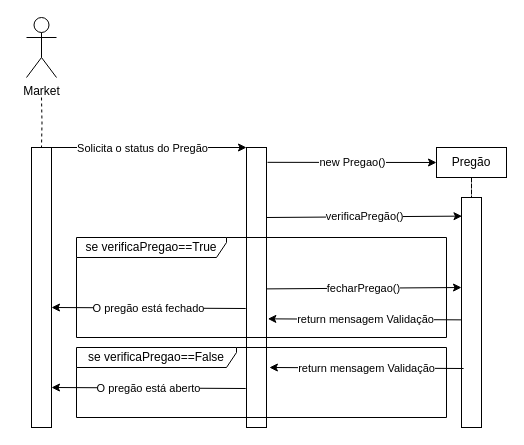
Before: DealBroker/DiagramasDeSequencia/UC005/Diagrama.drawio in unifgabsantos/StockFEI, a draw.io diagram. Source tidied: cells renumbered, new cells numbered last; positions are measured from the earlier drawing's top-left corner, leaving out a move shared by most shapes. Both pictures are drawn from the tidied source at 100%, with x=0, y=0 at pixel (26, 17).
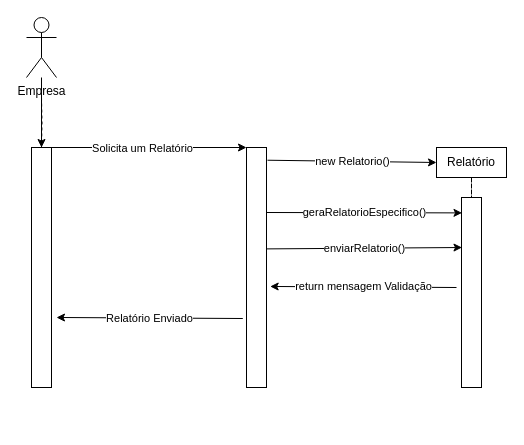
The same page after the edit.

Unchanged cells that the change refers to:
```xml
<mxCell id="4" style="edgeStyle=orthogonalEdgeStyle;rounded=0;jettySize=auto;html=1;exitX=1;exitY=0;exitDx=0;exitDy=0;entryX=0;entryY=0;entryDx=0;entryDy=0;endArrow=classic;endFill=1;" parent="1" edge="1" source="6" target="7">
  <mxGeometry relative="1" as="geometry">
    <Array as="points">
      <mxPoint x="120" y="130" />
      <mxPoint x="120" y="130" />
    </Array>
  </mxGeometry>
</mxCell>
```

Change to the diagram source:
```diff
@@
+    <mxCell id="20" style="edgeStyle=orthogonalEdgeStyle;rounded=0;jettySize=auto;html=1;" parent="1" edge="1" source="3" target="6">
+      <mxGeometry relative="1" as="geometry" />
+    </mxCell>
-    <mxCell id="3" value="Market" style="shape=umlActor;verticalLabelPosition=bottom;verticalAlign=top;html=1;outlineConnect=0;" parent="1" vertex="1">
+    <mxCell id="3" value="Empresa" style="shape=umlActor;verticalLabelPosition=bottom;verticalAlign=top;html=1;outlineConnect=0;" parent="1" vertex="1">
       <mxGeometry width="30" height="60" as="geometry" />
     </mxCell>
@@
-    <mxCell id="5" value="Solicita o status do Pregão" style="edgeLabel;html=1;align=center;verticalAlign=middle;" parent="4" vertex="1">
+    <mxCell id="5" value="Solicita um Relatório" style="edgeLabel;html=1;align=center;verticalAlign=middle;" parent="4" vertex="1">
       <mxGeometry x="-0.08" relative="1" as="geometry" />
     </mxCell>
     <mxCell id="6" style="rounded=0;whiteSpace=wrap;html=1;fontStyle=1;" parent="1" vertex="1">
-      <mxGeometry x="5" y="130" width="20" height="280" as="geometry" />
+      <mxGeometry x="5" y="130" width="20" height="240" as="geometry" />
     </mxCell>
     <mxCell id="7" style="rounded=0;whiteSpace=wrap;html=1;fontStyle=1;" parent="1" vertex="1">
-      <mxGeometry x="220" y="130" width="20" height="280" as="geometry" />
+      <mxGeometry x="220" y="130" width="20" height="240" as="geometry" />
     </mxCell>
@@
-    <mxCell id="9" value="Pregão" style="rounded=0;whiteSpace=wrap;html=1;" parent="1" vertex="1">
+    <mxCell id="9" value="Relatório" style="rounded=0;whiteSpace=wrap;html=1;" parent="1" vertex="1">
       <mxGeometry x="410" y="130" width="70" height="30" as="geometry" />
     </mxCell>
     <mxCell id="10" style="rounded=0;whiteSpace=wrap;html=1;fontStyle=1;" parent="1" vertex="1">
-      <mxGeometry x="435" y="180" width="20" height="230" as="geometry" />
+      <mxGeometry x="435" y="180" width="20" height="190" as="geometry" />
     </mxCell>
-    <mxCell id="11" value="new Pregao()" style="endArrow=classic;html=1;rounded=0;exitX=1.05;exitY=0.053;exitDx=0;exitDy=0;exitPerimeter=0;entryX=0;entryY=0.5;entryDx=0;entryDy=0;" parent="1" edge="1" source="7" target="9">
+    <mxCell id="11" value="new Relatorio()" style="endArrow=classic;html=1;rounded=0;exitX=1.05;exitY=0.053;exitDx=0;exitDy=0;exitPerimeter=0;entryX=0;entryY=0.5;entryDx=0;entryDy=0;" parent="1" edge="1" source="7" target="9">
       <mxGeometry relative="1" as="geometry" />
     </mxCell>
-    <mxCell id="12" value="verificaPregão()" style="endArrow=classic;html=1;rounded=0;exitX=1;exitY=0.25;exitDx=0;exitDy=0;entryX=0.025;entryY=0.081;entryDx=0;entryDy=0;entryPerimeter=0;endFill=1;" parent="1" edge="1" source="7" target="10">
-      <mxGeometry relative="1" as="geometry" />
+    <mxCell id="12" value="geraRelatorioEspecifico()" style="endArrow=classic;html=1;rounded=0;entryX=0.025;entryY=0.081;entryDx=0;entryDy=0;entryPerimeter=0;endFill=1;" parent="1" edge="1" target="10">
+      <mxGeometry relative="1" as="geometry">
+        <mxPoint x="240" y="195" as="sourcePoint" />
+      </mxGeometry>
     </mxCell>
-    <mxCell id="13" value="se verificaPregao==True" style="shape=umlFrame;whiteSpace=wrap;html=1;width=150;height=20;" parent="1" vertex="1">
-      <mxGeometry x="50" y="220" width="370" height="100" as="geometry" />
-    </mxCell>
-    <mxCell id="14" value="fecharPregao()" style="endArrow=classic;html=1;rounded=0;exitX=1;exitY=0.25;exitDx=0;exitDy=0;entryX=0.025;entryY=0.081;entryDx=0;entryDy=0;entryPerimeter=0;endFill=1;" parent="1" edge="1">
-      <mxGeometry relative="1" as="geometry">
-        <mxPoint x="239.5" y="271.4" as="sourcePoint" />
-        <mxPoint x="435" y="270" as="targetPoint" />
-      </mxGeometry>
-    </mxCell>
-    <mxCell id="15" value="return mensagem Validação" style="endArrow=classic;html=1;rounded=0;exitX=0.025;exitY=0.532;exitDx=0;exitDy=0;entryX=1.067;entryY=0.612;entryDx=0;entryDy=0;entryPerimeter=0;endFill=1;exitPerimeter=0;" parent="1" edge="1" source="10" target="7">
-      <mxGeometry relative="1" as="geometry" />
+    <mxCell id="15" value="return mensagem Validação" style="endArrow=classic;html=1;rounded=0;entryX=1.183;entryY=0.579;entryDx=0;entryDy=0;endFill=1;entryPerimeter=0;" parent="1" edge="1" target="7">
+      <mxGeometry relative="1" as="geometry">
+        <mxPoint x="430" y="270" as="sourcePoint" />
+      </mxGeometry>
     </mxCell>
-    <mxCell id="16" value="O pregão está fechado" style="endArrow=classic;html=1;rounded=0;exitX=0.025;exitY=0.532;exitDx=0;exitDy=0;entryX=1.067;entryY=0.612;entryDx=0;entryDy=0;entryPerimeter=0;endFill=1;exitPerimeter=0;" parent="1" edge="1">
-      <mxGeometry relative="1" as="geometry">
-        <mxPoint x="219.2" y="291" as="sourcePoint" />
-        <mxPoint x="25" y="290" as="targetPoint" />
-      </mxGeometry>
-    </mxCell>
-    <mxCell id="17" value="return mensagem Validação" style="endArrow=classic;html=1;rounded=0;exitX=0.025;exitY=0.532;exitDx=0;exitDy=0;entryX=1.067;entryY=0.612;entryDx=0;entryDy=0;entryPerimeter=0;endFill=1;exitPerimeter=0;" parent="1" edge="1">
-      <mxGeometry relative="1" as="geometry">
-        <mxPoint x="437.1" y="351" as="sourcePoint" />
-        <mxPoint x="242.9" y="350" as="targetPoint" />
-      </mxGeometry>
-    </mxCell>
-    <mxCell id="18" value="se verificaPregao==False" style="shape=umlFrame;whiteSpace=wrap;html=1;width=160;height=20;" parent="1" vertex="1">
-      <mxGeometry x="50" y="330" width="370" height="70" as="geometry" />
-    </mxCell>
-    <mxCell id="19" value="O pregão está aberto" style="endArrow=classic;html=1;rounded=0;exitX=0.025;exitY=0.532;exitDx=0;exitDy=0;entryX=1.067;entryY=0.612;entryDx=0;entryDy=0;entryPerimeter=0;endFill=1;exitPerimeter=0;" parent="1" edge="1">
-      <mxGeometry relative="1" as="geometry">
-        <mxPoint x="219.2" y="371" as="sourcePoint" />
-        <mxPoint x="25" y="370" as="targetPoint" />
-      </mxGeometry>
-    </mxCell>
+    <mxCell id="21" value="enviarRelatorio()" style="endArrow=classic;html=1;rounded=0;exitX=1;exitY=0.25;exitDx=0;exitDy=0;entryX=0.025;entryY=0.081;entryDx=0;entryDy=0;entryPerimeter=0;endFill=1;" parent="1" edge="1">
+      <mxGeometry relative="1" as="geometry">
+        <mxPoint x="240" y="231.4" as="sourcePoint" />
+        <mxPoint x="435.5" y="230" as="targetPoint" />
+      </mxGeometry>
+    </mxCell>
+    <mxCell id="22" value="Relatório Enviado" style="endArrow=classic;html=1;rounded=0;entryX=1.183;entryY=0.579;entryDx=0;entryDy=0;endFill=1;entryPerimeter=0;" parent="1" edge="1">
+      <mxGeometry relative="1" as="geometry">
+        <mxPoint x="216.3" y="301" as="sourcePoint" />
+        <mxPoint x="30" y="300" as="targetPoint" />
+      </mxGeometry>
+    </mxCell>
```
